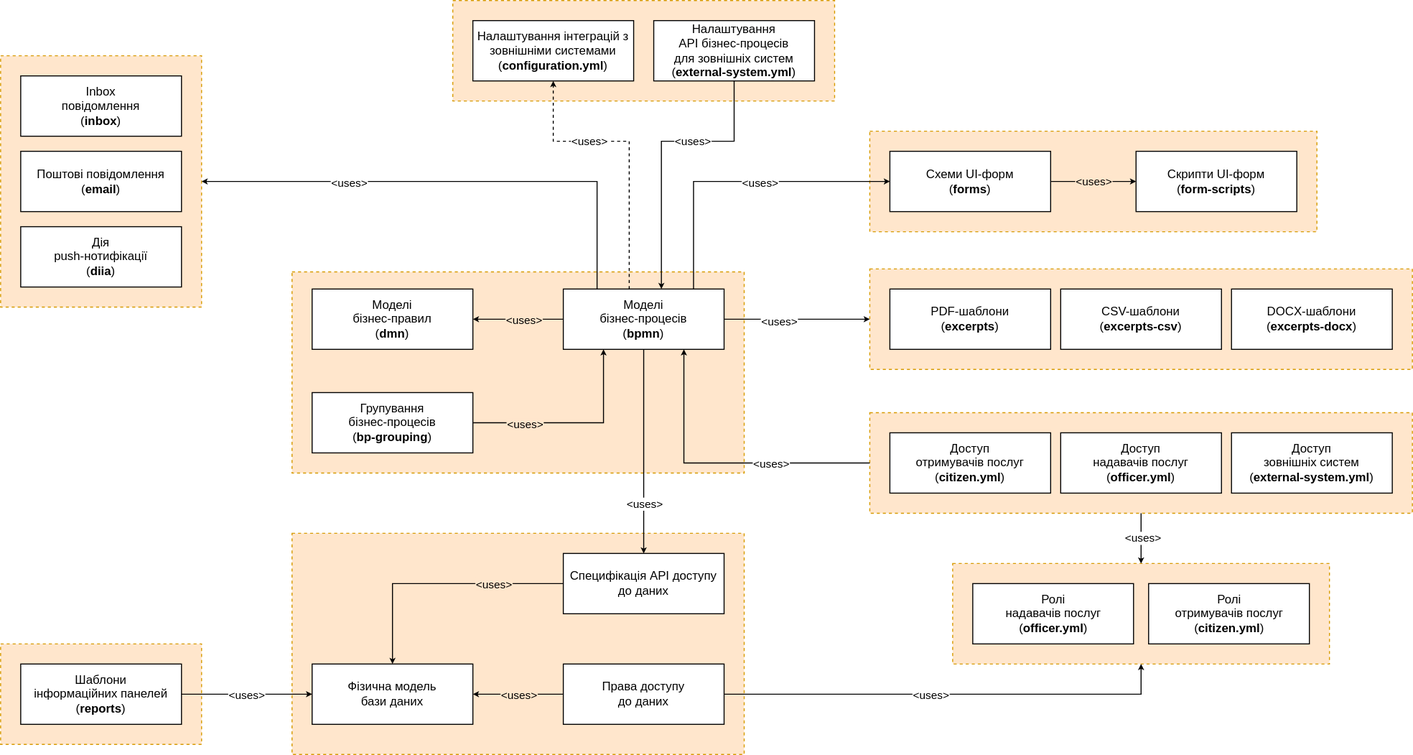
Earlier version of the draw.io export docs/ua/modules/arch/images/architecture/registry/administrative/regulation-management/registry-regulation/regulation-dependencies.svg (epam/edp-ddm-architecture). Source tidied: cells renumbered, new cells last; positions are measured from the earlier drawing's top-left corner, leaving out a move shared by most shapes.
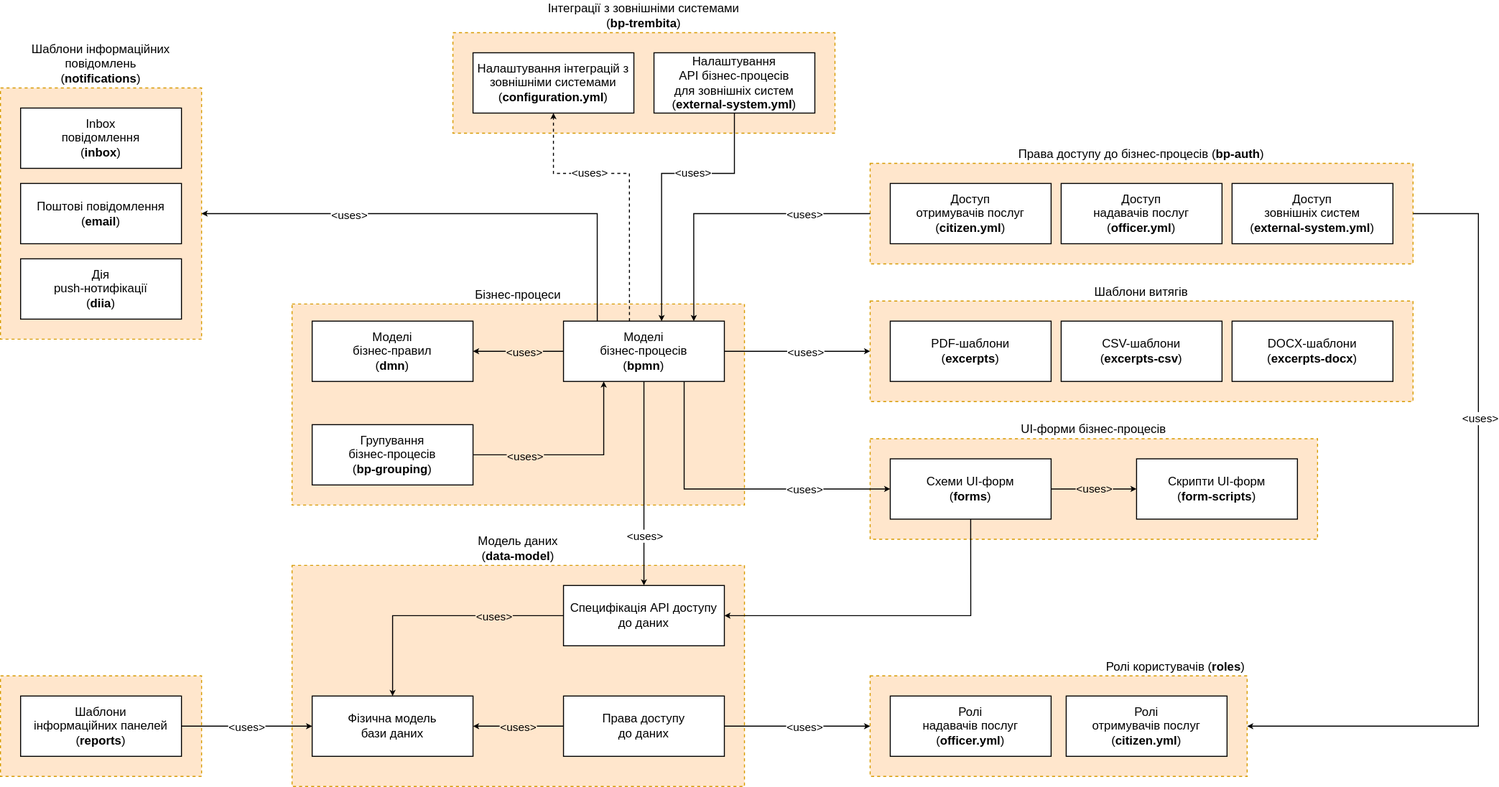
After the commit.

Commit message:
[EDP-DDM-22778] Material alignment

What changed in the source:
```diff
@@ -5,38 +5,45 @@
     <mxCell id="2" style="rounded=0;whiteSpace=wrap;html=1;labelPosition=center;verticalLabelPosition=top;align=center;verticalAlign=bottom;fillColor=#ffe6cc;strokeColor=#d79b00;dashed=1;" parent="1" vertex="1">
       <mxGeometry y="640" width="200" height="100" as="geometry" />
     </mxCell>
-    <mxCell id="3" style="rounded=0;whiteSpace=wrap;html=1;dashed=1;fillColor=#ffe6cc;strokeColor=#d79b00;" parent="1" vertex="1">
+    <mxCell id="3" value="Бізнес-процеси" style="rounded=0;whiteSpace=wrap;html=1;dashed=1;fillColor=#ffe6cc;strokeColor=#d79b00;labelPosition=center;verticalLabelPosition=top;align=center;verticalAlign=bottom;" parent="1" vertex="1">
       <mxGeometry x="290" y="270" width="450" height="200" as="geometry" />
     </mxCell>
-    <mxCell id="4" style="rounded=0;whiteSpace=wrap;html=1;dashed=1;fillColor=#ffe6cc;strokeColor=#d79b00;" parent="1" vertex="1">
+    <mxCell id="4" value="Інтеграції з зовнішніми системами&lt;br style=&quot;border-color: var(--border-color);&quot;&gt;(&lt;b style=&quot;border-color: var(--border-color);&quot;&gt;bp-trembita&lt;/b&gt;)" style="rounded=0;whiteSpace=wrap;html=1;dashed=1;fillColor=#ffe6cc;strokeColor=#d79b00;labelPosition=center;verticalLabelPosition=top;align=center;verticalAlign=bottom;" parent="1" vertex="1">
       <mxGeometry x="450" width="380" height="100" as="geometry" />
     </mxCell>
-    <mxCell id="5" style="rounded=0;whiteSpace=wrap;html=1;dashed=1;fillColor=#ffe6cc;strokeColor=#d79b00;" parent="1" vertex="1">
-      <mxGeometry x="865" y="130" width="445" height="100" as="geometry" />
+    <mxCell id="5" value="UI-форми бізнес-процесів" style="rounded=0;whiteSpace=wrap;html=1;dashed=1;fillColor=#ffe6cc;strokeColor=#d79b00;labelPosition=center;verticalLabelPosition=top;align=center;verticalAlign=bottom;" parent="1" vertex="1">
+      <mxGeometry x="865" y="404" width="445" height="100" as="geometry" />
     </mxCell>
-    <mxCell id="6" style="rounded=0;whiteSpace=wrap;html=1;dashed=1;fillColor=#ffe6cc;strokeColor=#d79b00;" parent="1" vertex="1">
+    <mxCell id="6" value="Шаблони витягів" style="rounded=0;whiteSpace=wrap;html=1;dashed=1;fillColor=#ffe6cc;strokeColor=#d79b00;labelPosition=center;verticalLabelPosition=top;align=center;verticalAlign=bottom;" parent="1" vertex="1">
       <mxGeometry x="865" y="267" width="540" height="100" as="geometry" />
     </mxCell>
-    <mxCell id="7" style="rounded=0;whiteSpace=wrap;html=1;dashed=1;fillColor=#ffe6cc;strokeColor=#d79b00;" parent="1" vertex="1">
-      <mxGeometry x="865" y="410" width="540" height="100" as="geometry" />
+    <mxCell id="7" value="Права доступу до бізнес-процесів (&lt;b style=&quot;border-color: var(--border-color);&quot;&gt;bp-auth&lt;/b&gt;)" style="rounded=0;whiteSpace=wrap;html=1;dashed=1;fillColor=#ffe6cc;strokeColor=#d79b00;labelPosition=center;verticalLabelPosition=top;align=center;verticalAlign=bottom;" parent="1" vertex="1">
+      <mxGeometry x="865" y="130" width="540" height="100" as="geometry" />
     </mxCell>
-    <mxCell id="8" style="rounded=0;whiteSpace=wrap;html=1;dashed=1;fillColor=#ffe6cc;strokeColor=#d79b00;" parent="1" vertex="1">
-      <mxGeometry x="947.5" y="560" width="375" height="100" as="geometry" />
+    <mxCell id="8" value="Ролі користувачів (&lt;b style=&quot;border-color: var(--border-color);&quot;&gt;roles&lt;/b&gt;)" style="rounded=0;whiteSpace=wrap;html=1;dashed=1;fillColor=#ffe6cc;strokeColor=#d79b00;labelPosition=center;verticalLabelPosition=top;align=right;verticalAlign=bottom;" parent="1" vertex="1">
+      <mxGeometry x="865" y="640" width="375" height="100" as="geometry" />
     </mxCell>
-    <mxCell id="9" style="rounded=0;whiteSpace=wrap;html=1;dashed=1;fillColor=#ffe6cc;strokeColor=#d79b00;" parent="1" vertex="1">
+    <mxCell id="9" value="Шаблони інформаційних повідомлень&lt;br style=&quot;border-color: var(--border-color);&quot;&gt;(&lt;b style=&quot;border-color: var(--border-color);&quot;&gt;notifications&lt;/b&gt;)" style="rounded=0;whiteSpace=wrap;html=1;dashed=1;fillColor=#ffe6cc;strokeColor=#d79b00;labelPosition=center;verticalLabelPosition=top;align=center;verticalAlign=bottom;" parent="1" vertex="1">
       <mxGeometry y="55" width="200" height="250" as="geometry" />
     </mxCell>
     <mxCell id="10" value="Моделі &lt;br&gt;бізнес-правил&lt;br&gt;(&lt;b&gt;dmn&lt;/b&gt;)" style="rounded=0;whiteSpace=wrap;html=1;" parent="1" vertex="1">
       <mxGeometry x="310" y="287" width="160" height="60" as="geometry" />
     </mxCell>
-    <mxCell id="11" style="edgeStyle=orthogonalEdgeStyle;jettySize=auto;html=1;rounded=0;exitX=0;exitY=0.5;exitDx=0;exitDy=0;entryX=0.75;entryY=1;entryDx=0;entryDy=0;endSize=3;startSize=3;" parent="1" edge="1" source="7" target="40">
+    <mxCell id="11" style="edgeStyle=orthogonalEdgeStyle;jettySize=auto;html=1;rounded=0;exitX=0;exitY=0.5;exitDx=0;exitDy=0;entryX=0.81;entryY=0;entryDx=0;entryDy=0;endSize=3;startSize=3;entryPerimeter=0;" parent="1" edge="1" source="7" target="40">
       <mxGeometry relative="1" as="geometry" />
     </mxCell>
     <mxCell id="12" value="&amp;lt;uses&amp;gt;" style="edgeLabel;html=1;align=center;verticalAlign=middle;" parent="11" vertex="1">
-      <mxGeometry x="-0.34" relative="1" as="geometry" />
+      <mxGeometry x="-0.34" relative="1" as="geometry">
+        <mxPoint x="28" as="offset" />
+      </mxGeometry>
     </mxCell>
-    <mxCell id="13" style="edgeStyle=orthogonalEdgeStyle;jettySize=auto;html=1;entryX=0.5;entryY=0;entryDx=0;entryDy=0;rounded=0;exitX=0.5;exitY=1;exitDx=0;exitDy=0;endSize=3;startSize=3;" parent="1" edge="1" source="7" target="8">
-      <mxGeometry relative="1" as="geometry" />
+    <mxCell id="13" style="edgeStyle=orthogonalEdgeStyle;jettySize=auto;html=1;entryX=1;entryY=0.5;entryDx=0;entryDy=0;rounded=0;endSize=3;startSize=3;exitX=1;exitY=0.5;exitDx=0;exitDy=0;" parent="1" edge="1" source="7" target="8">
+      <mxGeometry relative="1" as="geometry">
+        <Array as="points">
+          <mxPoint x="1470" y="180" />
+          <mxPoint x="1470" y="690" />
+        </Array>
+      </mxGeometry>
     </mxCell>
     <mxCell id="14" value="&amp;lt;uses&amp;gt;" style="edgeLabel;html=1;align=center;verticalAlign=middle;" parent="13" vertex="1">
       <mxGeometry x="-0.35" y="1" relative="1" as="geometry">
@@ -44,13 +51,13 @@
       </mxGeometry>
     </mxCell>
     <mxCell id="15" value="Доступ &lt;br&gt;надавачів послуг&lt;br&gt;(&lt;b&gt;officer.yml&lt;/b&gt;)" style="rounded=0;whiteSpace=wrap;html=1;" parent="1" vertex="1">
-      <mxGeometry x="1055" y="430" width="160" height="60" as="geometry" />
+      <mxGeometry x="1055" y="150" width="160" height="60" as="geometry" />
     </mxCell>
     <mxCell id="16" value="Доступ &lt;br&gt;отримувачів послуг&lt;br&gt;(&lt;b&gt;citizen.yml&lt;/b&gt;)" style="rounded=0;whiteSpace=wrap;html=1;" parent="1" vertex="1">
-      <mxGeometry x="885" y="430" width="160" height="60" as="geometry" />
+      <mxGeometry x="885" y="150" width="160" height="60" as="geometry" />
     </mxCell>
     <mxCell id="17" value="Доступ &lt;br&gt;зовнішніх систем&lt;br&gt;(&lt;b&gt;external-system.yml&lt;/b&gt;)" style="rounded=0;whiteSpace=wrap;html=1;" parent="1" vertex="1">
-      <mxGeometry x="1225" y="430" width="160" height="60" as="geometry" />
+      <mxGeometry x="1225" y="150" width="160" height="60" as="geometry" />
     </mxCell>
     <mxCell id="18" value="PDF-шаблони&lt;br style=&quot;border-color: var(--border-color);&quot;&gt;(&lt;b style=&quot;border-color: var(--border-color);&quot;&gt;excerpts&lt;/b&gt;)" style="rounded=0;whiteSpace=wrap;html=1;" parent="1" vertex="1">
       <mxGeometry x="885" y="287" width="160" height="60" as="geometry" />
@@ -65,10 +72,10 @@
       <mxGeometry relative="1" as="geometry" />
     </mxCell>
     <mxCell id="22" value="Схеми UI-форм&lt;br&gt;(&lt;b&gt;forms&lt;/b&gt;)" style="rounded=0;whiteSpace=wrap;html=1;" parent="1" vertex="1">
-      <mxGeometry x="885" y="150" width="160" height="60" as="geometry" />
+      <mxGeometry x="885" y="424" width="160" height="60" as="geometry" />
     </mxCell>
     <mxCell id="23" value="Скрипти UI-форм&lt;br&gt;(&lt;b&gt;form-scripts&lt;/b&gt;)" style="rounded=0;whiteSpace=wrap;html=1;" parent="1" vertex="1">
-      <mxGeometry x="1130" y="150" width="160" height="60" as="geometry" />
+      <mxGeometry x="1130" y="424" width="160" height="60" as="geometry" />
     </mxCell>
     <mxCell id="24" value="Inbox&lt;br style=&quot;border-color: var(--border-color);&quot;&gt;повідомлення&lt;br&gt;(&lt;b&gt;inbox&lt;/b&gt;)" style="rounded=0;whiteSpace=wrap;html=1;" parent="1" vertex="1">
       <mxGeometry x="20" y="75" width="160" height="60" as="geometry" />
@@ -96,11 +103,13 @@
         <mxPoint x="20" as="offset" />
       </mxGeometry>
     </mxCell>
-    <mxCell id="32" style="edgeStyle=orthogonalEdgeStyle;jettySize=auto;html=1;entryX=0;entryY=0.5;entryDx=0;entryDy=0;rounded=0;exitX=0.81;exitY=0;exitDx=0;exitDy=0;endSize=3;startSize=3;exitPerimeter=0;" parent="1" edge="1" source="40" target="22">
+    <mxCell id="32" style="edgeStyle=orthogonalEdgeStyle;jettySize=auto;html=1;entryX=0;entryY=0.5;entryDx=0;entryDy=0;rounded=0;exitX=0.75;exitY=1;exitDx=0;exitDy=0;endSize=3;startSize=3;exitPerimeter=0;" parent="1" edge="1" source="40" target="22">
       <mxGeometry relative="1" as="geometry" />
     </mxCell>
     <mxCell id="33" value="&amp;lt;uses&amp;gt;" style="edgeLabel;html=1;align=center;verticalAlign=middle;" parent="32" vertex="1">
-      <mxGeometry x="0.15" y="-1" relative="1" as="geometry" />
+      <mxGeometry x="0.15" y="-1" relative="1" as="geometry">
+        <mxPoint x="48" y="-1" as="offset" />
+      </mxGeometry>
     </mxCell>
     <mxCell id="34" style="edgeStyle=orthogonalEdgeStyle;jettySize=auto;html=1;entryX=1;entryY=0.5;entryDx=0;entryDy=0;rounded=0;exitX=0.21;exitY=0;exitDx=0;exitDy=0;endSize=3;startSize=3;exitPerimeter=0;" parent="1" edge="1" source="40" target="9">
       <mxGeometry relative="1" as="geometry" />
@@ -127,7 +136,9 @@
       <mxGeometry relative="1" as="geometry" />
     </mxCell>
     <mxCell id="39" value="&amp;lt;uses&amp;gt;" style="edgeLabel;html=1;align=center;verticalAlign=middle;" parent="38" vertex="1">
-      <mxGeometry x="-0.25" y="-2" relative="1" as="geometry" />
+      <mxGeometry x="-0.25" y="-2" relative="1" as="geometry">
+        <mxPoint x="26" y="-2" as="offset" />
+      </mxGeometry>
     </mxCell>
     <mxCell id="40" value="Моделі &lt;br&gt;бізнес-процесів&lt;br&gt;(&lt;b&gt;bpmn&lt;/b&gt;)" style="rounded=0;whiteSpace=wrap;html=1;points=[[0,0,0,0,0],[0,0.25,0,0,0],[0,0.5,0,0,0],[0,0.75,0,0,0],[0,1,0,0,0],[0.21,0,0,0,0],[0.25,1,0,0,0],[0.41,0,0,0,0],[0.5,1,0,0,0],[0.61,0,0,0,0],[0.75,1,0,0,0],[0.81,0,0,0,0],[1,0,0,0,0],[1,0.25,0,0,0],[1,0.5,0,0,0],[1,0.75,0,0,0],[1,1,0,0,0]];" parent="1" vertex="1">
       <mxGeometry x="560" y="287" width="160" height="60" as="geometry" />
@@ -153,12 +164,12 @@
       <mxGeometry x="20" y="660" width="160" height="60" as="geometry" />
     </mxCell>
     <mxCell id="46" value="Ролі&lt;br&gt;надавачів послуг&lt;br&gt;(&lt;b&gt;officer.yml&lt;/b&gt;)" style="rounded=0;whiteSpace=wrap;html=1;" parent="1" vertex="1">
-      <mxGeometry x="967.5" y="580" width="160" height="60" as="geometry" />
+      <mxGeometry x="885" y="660" width="160" height="60" as="geometry" />
     </mxCell>
     <mxCell id="47" value="Ролі&lt;br&gt;отримувачів послуг&lt;br&gt;(&lt;b&gt;citizen.yml&lt;/b&gt;)" style="rounded=0;whiteSpace=wrap;html=1;" parent="1" vertex="1">
-      <mxGeometry x="1142.5" y="580" width="160" height="60" as="geometry" />
+      <mxGeometry x="1060" y="660" width="160" height="60" as="geometry" />
     </mxCell>
-    <mxCell id="48" style="rounded=0;whiteSpace=wrap;html=1;labelPosition=center;verticalLabelPosition=top;align=center;verticalAlign=bottom;fillColor=#ffe6cc;strokeColor=#d79b00;dashed=1;" parent="1" vertex="1">
+    <mxCell id="48" value="Модель даних&lt;br style=&quot;border-color: var(--border-color);&quot;&gt;(&lt;b style=&quot;border-color: var(--border-color);&quot;&gt;data-model&lt;/b&gt;)" style="rounded=0;whiteSpace=wrap;html=1;labelPosition=center;verticalLabelPosition=top;align=center;verticalAlign=bottom;fillColor=#ffe6cc;strokeColor=#d79b00;dashed=1;" parent="1" vertex="1">
       <mxGeometry x="290" y="530" width="450" height="220" as="geometry" />
     </mxCell>
     <mxCell id="49" value="Фізична модель &lt;br&gt;бази даних" style="rounded=0;whiteSpace=wrap;html=1;" parent="1" vertex="1">
@@ -205,11 +216,16 @@
     <mxCell id="59" value="&amp;lt;uses&amp;gt;" style="edgeLabel;html=1;align=center;verticalAlign=middle;labelBackgroundColor=default;" parent="58" vertex="1">
       <mxGeometry x="-0.01" relative="1" as="geometry" />
     </mxCell>
-    <mxCell id="60" style="edgeStyle=orthogonalEdgeStyle;jettySize=auto;html=1;entryX=0.5;entryY=1;entryDx=0;entryDy=0;rounded=0;exitX=1;exitY=0.5;exitDx=0;exitDy=0;endSize=3;startSize=3;" parent="1" edge="1" source="55" target="8">
+    <mxCell id="60" style="edgeStyle=orthogonalEdgeStyle;jettySize=auto;html=1;entryX=0;entryY=0.5;entryDx=0;entryDy=0;rounded=0;exitX=1;exitY=0.5;exitDx=0;exitDy=0;endSize=3;startSize=3;" parent="1" edge="1" source="55" target="8">
       <mxGeometry relative="1" as="geometry" />
     </mxCell>
     <mxCell id="61" value="&amp;lt;uses&amp;gt;" style="edgeLabel;html=1;align=center;verticalAlign=middle;" parent="60" vertex="1">
-      <mxGeometry x="-0.08" relative="1" as="geometry" />
+      <mxGeometry x="-0.08" relative="1" as="geometry">
+        <mxPoint x="13" as="offset" />
+      </mxGeometry>
     </mxCell>
+    <mxCell id="62" style="edgeStyle=orthogonalEdgeStyle;rounded=0;jettySize=auto;html=1;entryX=1;entryY=0.5;entryDx=0;entryDy=0;exitX=0.5;exitY=1;exitDx=0;exitDy=0;endSize=3;startSize=3;" parent="1" edge="1" source="22" target="52">
+      <mxGeometry relative="1" as="geometry" />
+    </mxCell>
   </root>
 </mxGraphModel>
```
